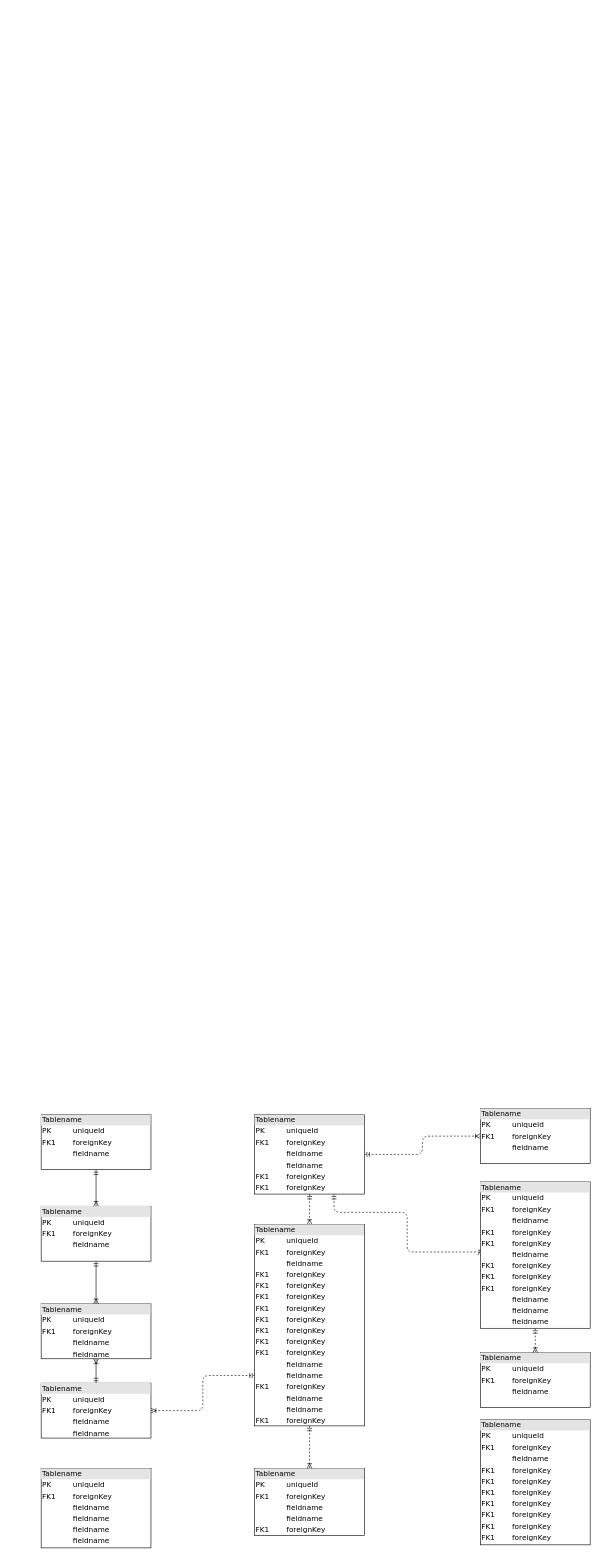
Before: 未命名绘图.drawio in zlh1015/test-git-commend, a draw.io diagram. Source tidied: cells renumbered, new cells numbered last; positions are measured from the earlier drawing's top-left corner, leaving out a move shared by most shapes. Both pictures are drawn from the tidied source at 61%, with x=0, y=0 at pixel (41, 1108).
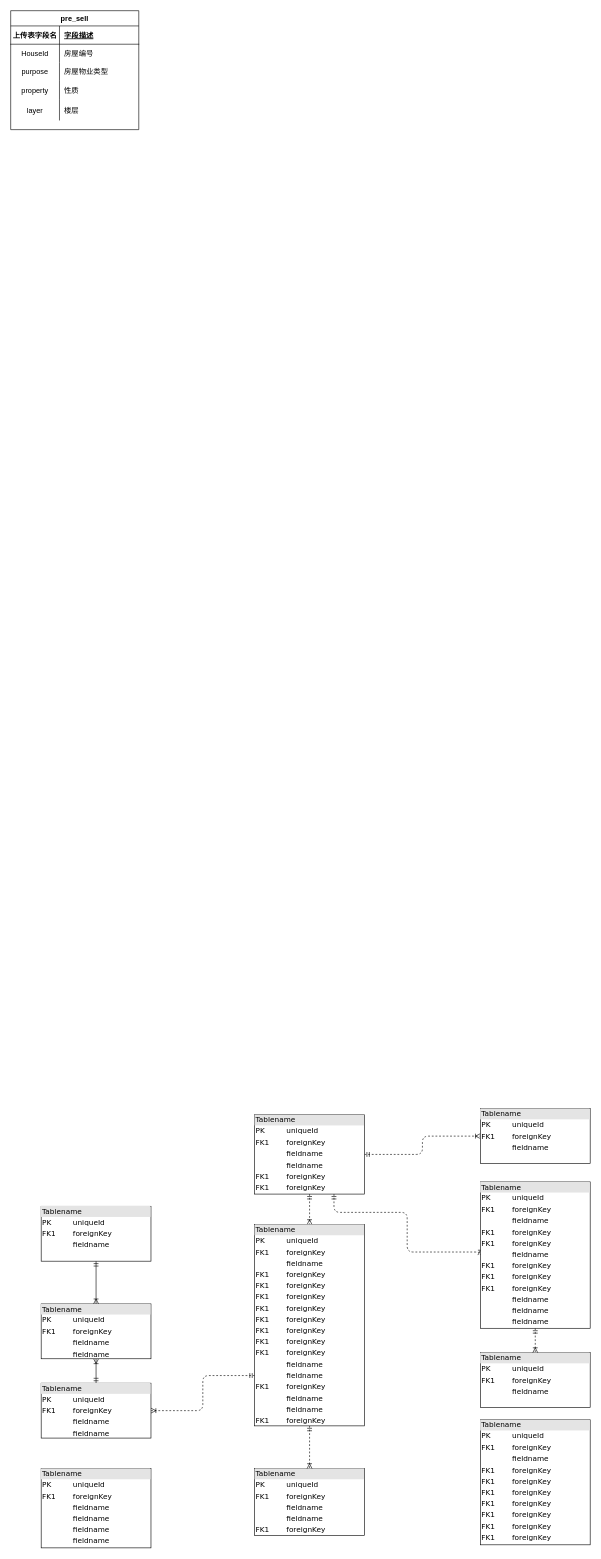
After the change.

The change refers to these unchanged cells:
```xml
<mxCell id="12" value="&lt;div style=&quot;box-sizing:border-box;width:100%;background:#e4e4e4;padding:2px;&quot;&gt;Tablename&lt;/div&gt;&lt;table style=&quot;width:100%;font-size:1em;&quot; cellpadding=&quot;2&quot; cellspacing=&quot;0&quot;&gt;&lt;tr&gt;&lt;td&gt;PK&lt;/td&gt;&lt;td&gt;uniqueId&lt;/td&gt;&lt;/tr&gt;&lt;tr&gt;&lt;td&gt;FK1&lt;/td&gt;&lt;td&gt;foreignKey&lt;/td&gt;&lt;/tr&gt;&lt;tr&gt;&lt;td&gt;&lt;/td&gt;&lt;td&gt;fieldname&lt;/td&gt;&lt;/tr&gt;&lt;/table&gt;" style="verticalAlign=top;align=left;overflow=fill;html=1;rounded=0;shadow=0;comic=0;labelBackgroundColor=none;strokeWidth=1;fontFamily=Verdana;fontSize=12;" parent="1" vertex="1">
  <mxGeometry y="160" width="180" height="90" as="geometry" />
</mxCell>
```

What changed in the source:
```diff
@@
-    <mxCell id="2" value="&lt;div style=&quot;box-sizing:border-box;width:100%;background:#e4e4e4;padding:2px;&quot;&gt;Tablename&lt;/div&gt;&lt;table style=&quot;width:100%;font-size:1em;&quot; cellpadding=&quot;2&quot; cellspacing=&quot;0&quot;&gt;&lt;tr&gt;&lt;td&gt;PK&lt;/td&gt;&lt;td&gt;uniqueId&lt;/td&gt;&lt;/tr&gt;&lt;tr&gt;&lt;td&gt;FK1&lt;/td&gt;&lt;td&gt;foreignKey&lt;/td&gt;&lt;/tr&gt;&lt;tr&gt;&lt;td&gt;&lt;/td&gt;&lt;td&gt;fieldname&lt;/td&gt;&lt;/tr&gt;&lt;/table&gt;" style="verticalAlign=top;align=left;overflow=fill;html=1;rounded=0;shadow=0;comic=0;labelBackgroundColor=none;strokeWidth=1;fontFamily=Verdana;fontSize=12;" parent="1" vertex="1">
-      <mxGeometry y="10" width="180" height="90" as="geometry" />
-    </mxCell>
@@
-    <mxCell id="22" style="edgeStyle=orthogonalEdgeStyle;html=1;endArrow=ERoneToMany;startArrow=ERmandOne;labelBackgroundColor=none;fontFamily=Verdana;fontSize=12;align=left;exitX=0.5;exitY=1;entryX=0.5;entryY=0;" parent="1" edge="1" source="2" target="12">
-      <mxGeometry relative="1" as="geometry" />
-    </mxCell>
+    <mxCell id="23" value="pre_sell" style="shape=table;startSize=25;childLayout=tableLayout;rowLines=0;fontStyle=1;align=center;flipH=0;flipV=0;" parent="1" vertex="1">
+      <mxGeometry x="-50" y="-1800" width="210" height="195" as="geometry" />
+    </mxCell>
+    <mxCell id="24" style="shape=partialRectangle;fillColor=none;top=0;left=0;bottom=1;right=0;" parent="23" vertex="1">
+      <mxGeometry y="25" width="210" height="30" as="geometry" />
+    </mxCell>
+    <mxCell id="25" value="上传表字段名" style="shape=partialRectangle;fillColor=none;top=0;left=0;bottom=0;right=0;fontStyle=1;overflow=hidden;" parent="24" vertex="1">
+      <mxGeometry width="80" height="30" as="geometry" />
+    </mxCell>
+    <mxCell id="26" value="字段描述" style="shape=partialRectangle;fillColor=none;top=0;left=0;bottom=0;right=0;align=left;spacingLeft=6;fontStyle=5;overflow=hidden;" parent="24" vertex="1">
+      <mxGeometry x="80" width="130" height="30" as="geometry" />
+    </mxCell>
+    <mxCell id="27" style="shape=partialRectangle;fillColor=none;top=0;left=0;bottom=0;right=0;" parent="23" vertex="1">
+      <mxGeometry y="55" width="210" height="30" as="geometry" />
+    </mxCell>
+    <mxCell id="28" value="HouseId" style="shape=partialRectangle;fillColor=none;top=0;left=0;bottom=0;right=0;overflow=hidden;" parent="27" vertex="1">
+      <mxGeometry width="80" height="30" as="geometry" />
+    </mxCell>
+    <mxCell id="29" value="房屋编号" style="shape=partialRectangle;fillColor=none;top=0;left=0;bottom=0;right=0;align=left;spacingLeft=6;overflow=hidden;" parent="27" vertex="1">
+      <mxGeometry x="80" width="130" height="30" as="geometry" />
+    </mxCell>
+    <mxCell id="30" style="shape=partialRectangle;fillColor=none;top=0;left=0;bottom=0;right=0;" parent="23" vertex="1">
+      <mxGeometry y="85" width="210" height="30" as="geometry" />
+    </mxCell>
+    <mxCell id="31" value="purpose" style="shape=partialRectangle;fillColor=none;top=0;left=0;bottom=0;right=0;overflow=hidden;" parent="30" vertex="1">
+      <mxGeometry width="80" height="30" as="geometry" />
+    </mxCell>
+    <mxCell id="32" value="房屋物业类型" style="shape=partialRectangle;fillColor=none;top=0;left=0;bottom=0;right=0;align=left;spacingLeft=6;overflow=hidden;" parent="30" vertex="1">
+      <mxGeometry x="80" width="130" height="30" as="geometry" />
+    </mxCell>
+    <mxCell id="33" style="shape=partialRectangle;fillColor=none;top=0;left=0;bottom=0;right=0;" parent="23" vertex="1">
+      <mxGeometry y="115" width="210" height="30" as="geometry" />
+    </mxCell>
+    <mxCell id="34" value="property" style="shape=partialRectangle;fillColor=none;top=0;left=0;bottom=0;right=0;overflow=hidden;" parent="33" vertex="1">
+      <mxGeometry width="80" height="30" as="geometry" />
+    </mxCell>
+    <mxCell id="35" value="性质" style="shape=partialRectangle;fillColor=none;top=0;left=0;bottom=0;right=0;align=left;spacingLeft=6;overflow=hidden;" parent="33" vertex="1">
+      <mxGeometry x="80" width="130" height="30" as="geometry" />
+    </mxCell>
+    <mxCell id="36" style="shape=partialRectangle;fillColor=none;top=0;left=0;bottom=0;right=0;" parent="23" vertex="1">
+      <mxGeometry y="145" width="210" height="35" as="geometry" />
+    </mxCell>
+    <mxCell id="37" value="layer" style="shape=partialRectangle;fillColor=none;top=0;left=0;bottom=0;right=0;overflow=hidden;" parent="36" vertex="1">
+      <mxGeometry width="80" height="35" as="geometry" />
+    </mxCell>
+    <mxCell id="38" value="楼层" style="shape=partialRectangle;fillColor=none;top=0;left=0;bottom=0;right=0;align=left;spacingLeft=6;overflow=hidden;" parent="36" vertex="1">
+      <mxGeometry x="80" width="130" height="35" as="geometry" />
+    </mxCell>
```
